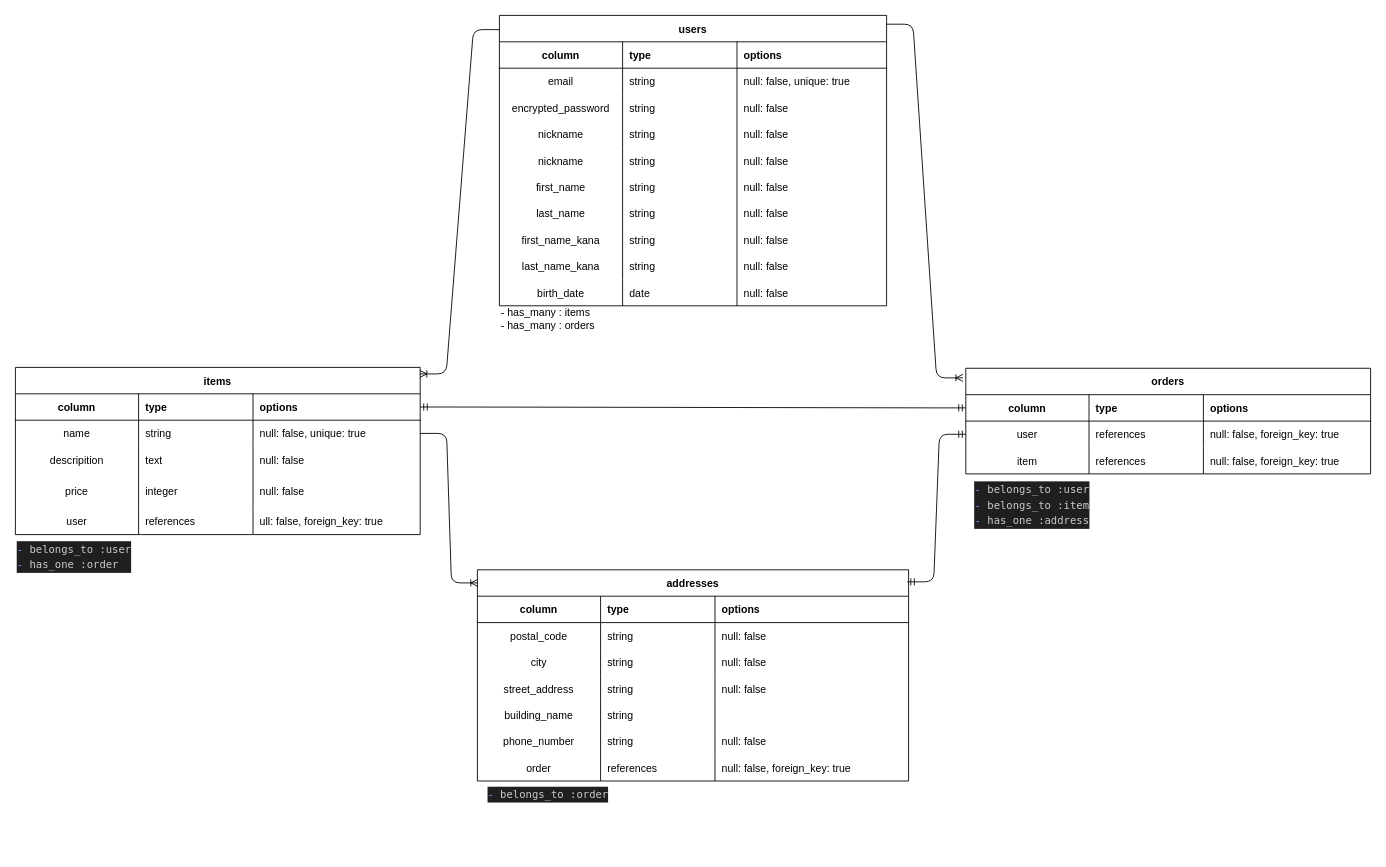
Yoshi551/furima-40399 keeps this draw.io diagram as furima.dio. Above is the earlier version. Source tidied: cells renumbered, new cells numbered last; positions are measured from the earlier drawing's top-left corner, leaving out a move shared by most shapes. Both pictures are drawn from the tidied source at 88%, with x=0, y=0 at pixel (15, 15).
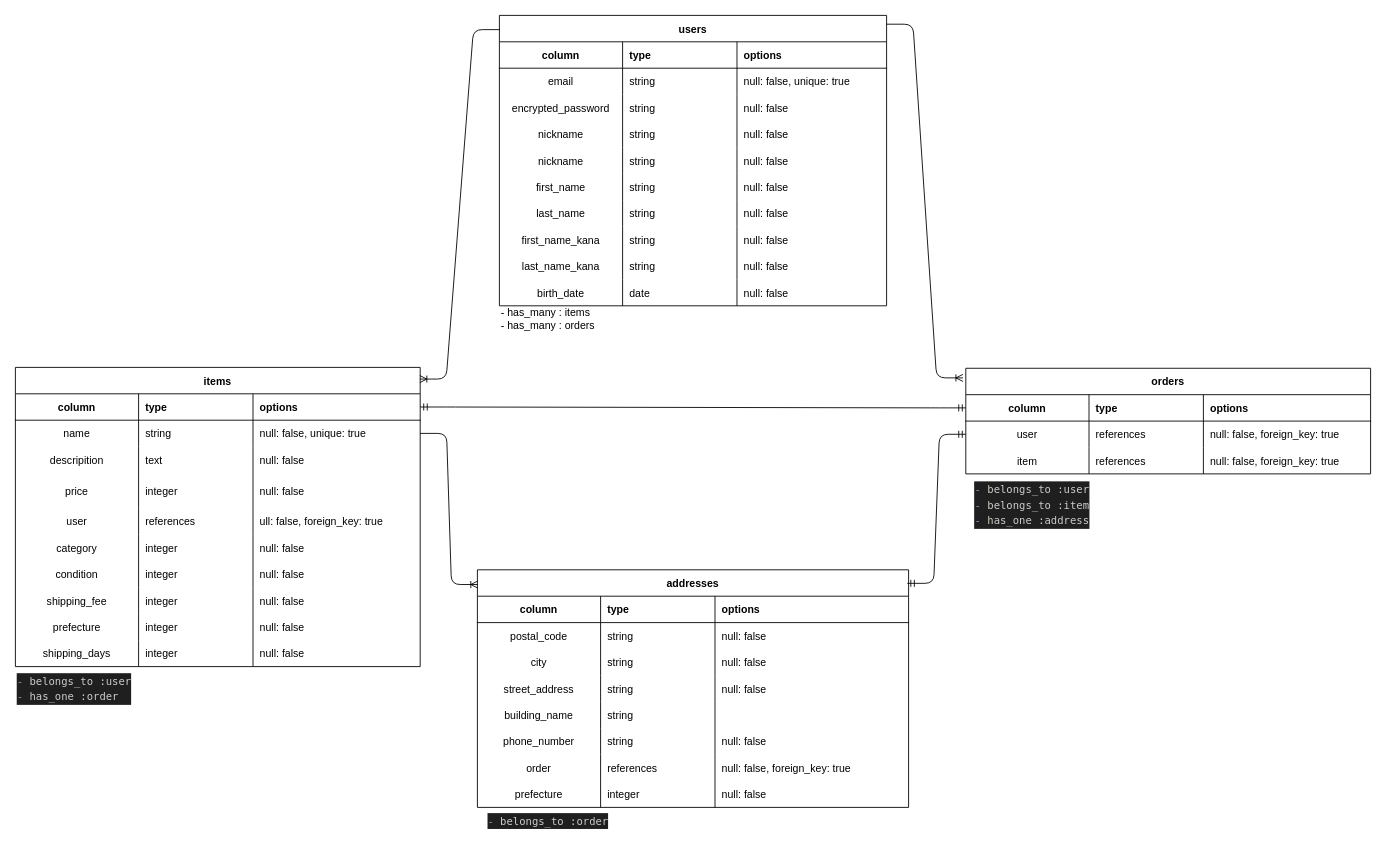
The same page after the edit.

The change refers to these unchanged cells:
```xml
<mxCell id="2" style="group;" parent="1" vertex="1">
  <mxGeometry x="525" y="630" width="490" height="320" as="geometry" />
</mxCell>
<mxCell id="76" style="group;" parent="1" vertex="1">
  <mxGeometry y="400" width="470" height="480" as="geometry" />
</mxCell>
```

The edit, as a diff of the source:
```diff
@@
     <mxCell id="3" value="addresses" style="shape=table;startSize=30;childLayout=tableLayout;rowLines=0;fontStyle=1;align=center;" parent="2" vertex="1">
-      <mxGeometry width="490" height="240" as="geometry" />
+      <mxGeometry width="490" height="270" as="geometry" />
     </mxCell>
@@
+    <mxCell id="119" style="shape=tableRow;horizontal=0;startSize=0;swimlaneHead=0;swimlaneBody=0;fillColor=none;top=0;left=0;right=0;bottom=0;" parent="3" vertex="1">
+      <mxGeometry y="240" width="490" height="30" as="geometry" />
+    </mxCell>
+    <mxCell id="120" value="prefecture" style="shape=partialRectangle;fillColor=none;top=0;left=0;bottom=0;right=0;fontStyle=0;overflow=hidden;" parent="119" vertex="1">
+      <mxGeometry width="140" height="30" as="geometry" />
+    </mxCell>
+    <mxCell id="121" value="integer" style="shape=partialRectangle;fillColor=none;top=0;left=0;bottom=0;right=0;align=left;spacingLeft=6;fontStyle=0;overflow=hidden;" parent="119" vertex="1">
+      <mxGeometry x="140" width="130" height="30" as="geometry" />
+    </mxCell>
+    <mxCell id="122" value="null: false" style="shape=partialRectangle;fillColor=none;top=0;left=0;bottom=0;right=0;align=left;spacingLeft=6;fontStyle=0;overflow=hidden;" parent="119" vertex="1">
+      <mxGeometry x="270" width="220" height="30" as="geometry" />
+    </mxCell>
     <mxCell id="32" value="&lt;div style=&quot;color: rgb(204, 204, 204); background-color: rgb(31, 31, 31); font-family: Menlo, Monaco, &amp;quot;Courier New&amp;quot;, monospace; line-height: 18px;&quot;&gt;&lt;div style=&quot;text-align: left;&quot;&gt;&lt;span style=&quot;color: #6796e6;&quot;&gt;-&lt;/span&gt; belongs_to :order&lt;/div&gt;&lt;/div&gt;" style="text;html=1;align=center;verticalAlign=middle;strokeColor=none;fillColor=none;" parent="2" vertex="1">
-      <mxGeometry y="240" width="160" height="30" as="geometry" />
+      <mxGeometry y="270" width="160" height="30" as="geometry" />
     </mxCell>
@@
     <mxCell id="77" value="items" style="shape=table;startSize=30;childLayout=tableLayout;rowLines=0;fontStyle=1;align=center;" parent="76" vertex="1">
-      <mxGeometry width="460" height="190" as="geometry" />
+      <mxGeometry width="460" height="340" as="geometry" />
     </mxCell>
@@
+    <mxCell id="123" style="shape=tableRow;horizontal=0;startSize=0;swimlaneHead=0;swimlaneBody=0;fillColor=none;top=0;left=0;right=0;bottom=0;" parent="77" vertex="1">
+      <mxGeometry y="190" width="460" height="30" as="geometry" />
+    </mxCell>
+    <mxCell id="124" value="category" style="shape=partialRectangle;fillColor=none;top=0;left=0;bottom=0;right=0;fontStyle=0;overflow=hidden;" parent="123" vertex="1">
+      <mxGeometry width="140" height="30" as="geometry" />
+    </mxCell>
+    <mxCell id="125" value="integer" style="shape=partialRectangle;fillColor=none;top=0;left=0;bottom=0;right=0;align=left;spacingLeft=6;fontStyle=0;overflow=hidden;" parent="123" vertex="1">
+      <mxGeometry x="140" width="130" height="30" as="geometry" />
+    </mxCell>
+    <mxCell id="126" value="null: false  " style="shape=partialRectangle;fillColor=none;top=0;left=0;bottom=0;right=0;align=left;spacingLeft=6;fontStyle=0;overflow=hidden;" parent="123" vertex="1">
+      <mxGeometry x="270" width="190" height="30" as="geometry" />
+    </mxCell>
+    <mxCell id="127" style="shape=tableRow;horizontal=0;startSize=0;swimlaneHead=0;swimlaneBody=0;fillColor=none;top=0;left=0;right=0;bottom=0;" parent="77" vertex="1">
+      <mxGeometry y="220" width="460" height="30" as="geometry" />
+    </mxCell>
+    <mxCell id="128" value="condition" style="shape=partialRectangle;fillColor=none;top=0;left=0;bottom=0;right=0;fontStyle=0;overflow=hidden;" parent="127" vertex="1">
+      <mxGeometry width="140" height="30" as="geometry" />
+    </mxCell>
+    <mxCell id="129" value="integer" style="shape=partialRectangle;fillColor=none;top=0;left=0;bottom=0;right=0;align=left;spacingLeft=6;fontStyle=0;overflow=hidden;" parent="127" vertex="1">
+      <mxGeometry x="140" width="130" height="30" as="geometry" />
+    </mxCell>
+    <mxCell id="130" value="null: false" style="shape=partialRectangle;fillColor=none;top=0;left=0;bottom=0;right=0;align=left;spacingLeft=6;fontStyle=0;overflow=hidden;" parent="127" vertex="1">
+      <mxGeometry x="270" width="190" height="30" as="geometry" />
+    </mxCell>
+    <mxCell id="131" style="shape=tableRow;horizontal=0;startSize=0;swimlaneHead=0;swimlaneBody=0;fillColor=none;top=0;left=0;right=0;bottom=0;" parent="77" vertex="1">
+      <mxGeometry y="250" width="460" height="30" as="geometry" />
+    </mxCell>
+    <mxCell id="132" value="shipping_fee" style="shape=partialRectangle;fillColor=none;top=0;left=0;bottom=0;right=0;fontStyle=0;overflow=hidden;" parent="131" vertex="1">
+      <mxGeometry width="140" height="30" as="geometry" />
+    </mxCell>
+    <mxCell id="133" value="integer" style="shape=partialRectangle;fillColor=none;top=0;left=0;bottom=0;right=0;align=left;spacingLeft=6;fontStyle=0;overflow=hidden;" parent="131" vertex="1">
+      <mxGeometry x="140" width="130" height="30" as="geometry" />
+    </mxCell>
+    <mxCell id="134" value="null: false" style="shape=partialRectangle;fillColor=none;top=0;left=0;bottom=0;right=0;align=left;spacingLeft=6;fontStyle=0;overflow=hidden;" parent="131" vertex="1">
+      <mxGeometry x="270" width="190" height="30" as="geometry" />
+    </mxCell>
+    <mxCell id="135" style="shape=tableRow;horizontal=0;startSize=0;swimlaneHead=0;swimlaneBody=0;fillColor=none;top=0;left=0;right=0;bottom=0;" parent="77" vertex="1">
+      <mxGeometry y="280" width="460" height="30" as="geometry" />
+    </mxCell>
+    <mxCell id="136" value="prefecture" style="shape=partialRectangle;fillColor=none;top=0;left=0;bottom=0;right=0;fontStyle=0;overflow=hidden;" parent="135" vertex="1">
+      <mxGeometry width="140" height="30" as="geometry" />
+    </mxCell>
+    <mxCell id="137" value="integer" style="shape=partialRectangle;fillColor=none;top=0;left=0;bottom=0;right=0;align=left;spacingLeft=6;fontStyle=0;overflow=hidden;" parent="135" vertex="1">
+      <mxGeometry x="140" width="130" height="30" as="geometry" />
+    </mxCell>
+    <mxCell id="138" value="null: false" style="shape=partialRectangle;fillColor=none;top=0;left=0;bottom=0;right=0;align=left;spacingLeft=6;fontStyle=0;overflow=hidden;" parent="135" vertex="1">
+      <mxGeometry x="270" width="190" height="30" as="geometry" />
+    </mxCell>
+    <mxCell id="139" style="shape=tableRow;horizontal=0;startSize=0;swimlaneHead=0;swimlaneBody=0;fillColor=none;top=0;left=0;right=0;bottom=0;" parent="77" vertex="1">
+      <mxGeometry y="310" width="460" height="30" as="geometry" />
+    </mxCell>
+    <mxCell id="140" value="shipping_days" style="shape=partialRectangle;fillColor=none;top=0;left=0;bottom=0;right=0;fontStyle=0;overflow=hidden;" parent="139" vertex="1">
+      <mxGeometry width="140" height="30" as="geometry" />
+    </mxCell>
+    <mxCell id="141" value="integer" style="shape=partialRectangle;fillColor=none;top=0;left=0;bottom=0;right=0;align=left;spacingLeft=6;fontStyle=0;overflow=hidden;" parent="139" vertex="1">
+      <mxGeometry x="140" width="130" height="30" as="geometry" />
+    </mxCell>
+    <mxCell id="142" value="null: false" style="shape=partialRectangle;fillColor=none;top=0;left=0;bottom=0;right=0;align=left;spacingLeft=6;fontStyle=0;overflow=hidden;" parent="139" vertex="1">
+      <mxGeometry x="270" width="190" height="30" as="geometry" />
+    </mxCell>
     <mxCell id="98" value="&lt;div style=&quot;color: rgb(204, 204, 204); background-color: rgb(31, 31, 31); font-family: Menlo, Monaco, &amp;quot;Courier New&amp;quot;, monospace; line-height: 18px;&quot;&gt;&lt;div&gt;&lt;span style=&quot;color: #6796e6;&quot;&gt;-&lt;/span&gt; belongs_to :user&lt;/div&gt;&lt;div&gt;&lt;span style=&quot;color: #6796e6;&quot;&gt;-&lt;/span&gt; has_one :order&lt;/div&gt;&lt;/div&gt;" style="text;html=1;strokeColor=none;fillColor=none;align=left;verticalAlign=middle;whiteSpace=wrap;rounded=0;" parent="76" vertex="1">
-      <mxGeometry y="190" width="170" height="50" as="geometry" />
+      <mxGeometry y="340" width="170" height="50" as="geometry" />
     </mxCell>
```
